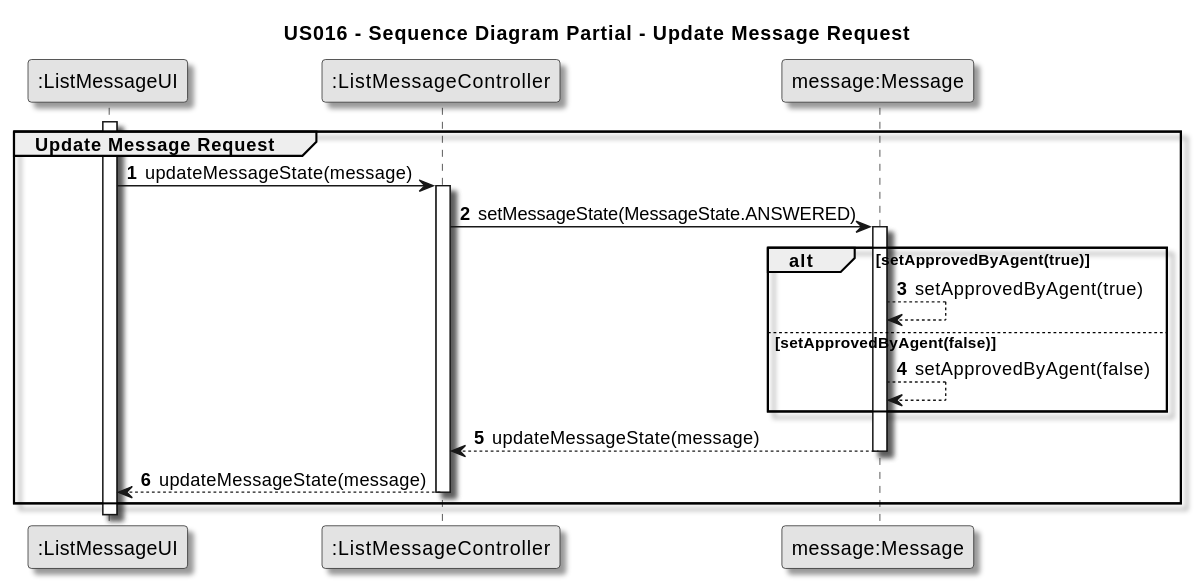
The PlantUML diagram docs/sprintD/US016/03.design/svg/us016-sequence-diagram-partial-Update-Message-Request.svg in PureNimble/ISEP-LAPR2, before a commit. The source it was exported from:
```plantuml
@startuml
title US016 - Sequence Diagram Partial - Update Message Request

skinparam monochrome true
skinparam packageStyle rectangle
skinparam shadowing true

autonumber

participant ":ListMessageUI" as System
participant ":ListMessageController" as Controller
participant "message:Message" as Messages

group Update Message Request

activate System

System -> Controller : updateMessageState(message)
activate Controller

Controller -> Messages : setMessageState(MessageState.ANSWERED)
activate Messages

alt setApprovedByAgent(true)

Messages --> Messages : setApprovedByAgent(true)

else  setApprovedByAgent(false)

Messages --> Messages : setApprovedByAgent(false)

end

Messages --> Controller: updateMessageState(message)
deactivate Messages

Controller --> System : updateMessageState(message)
deactivate Controller

end
@enduml
```
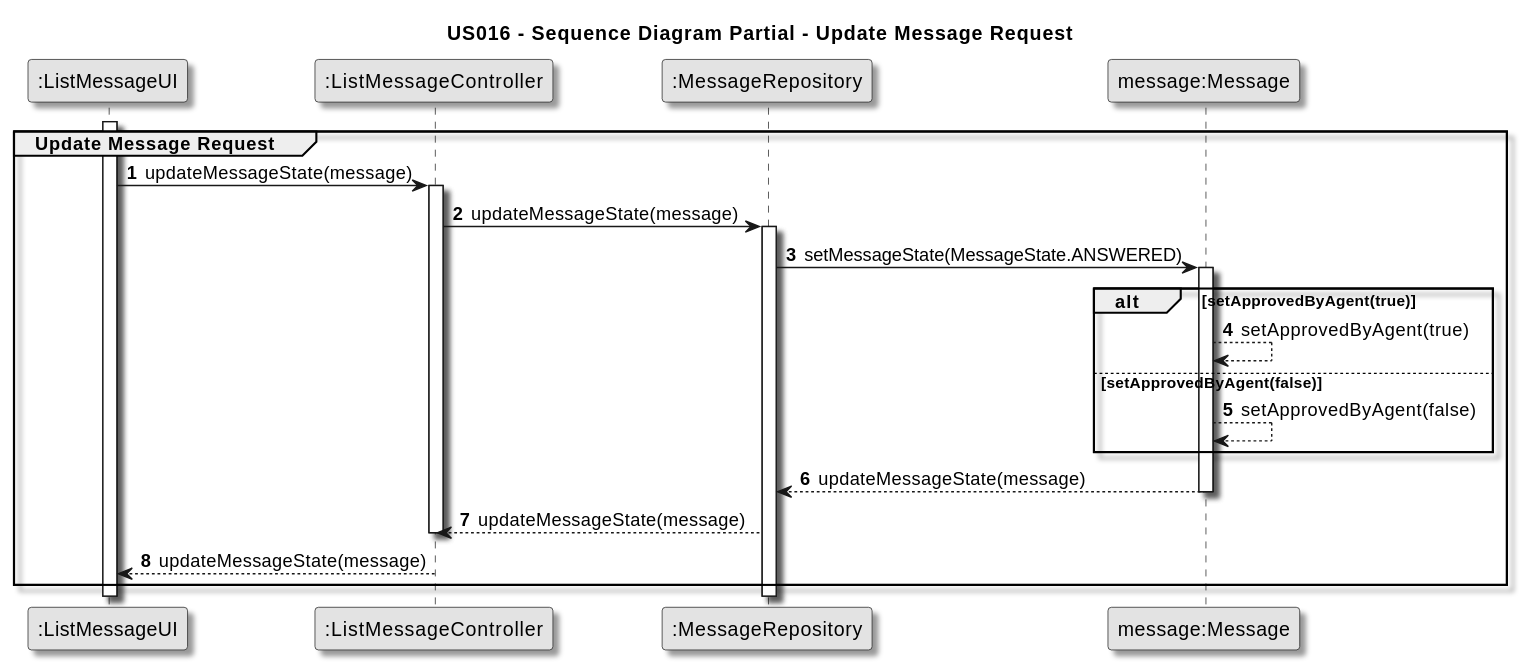
The same diagram one commit later.

Diff of the diagram source:
```diff
@@ -9,6 +9,7 @@
 
 participant ":ListMessageUI" as System
 participant ":ListMessageController" as Controller
+participant ":MessageRepository" as MessageRepository
 participant "message:Message" as Messages
 
 group Update Message Request
@@ -18,7 +19,10 @@
 System -> Controller : updateMessageState(message)
 activate Controller
 
-Controller -> Messages : setMessageState(MessageState.ANSWERED)
+Controller -> MessageRepository : updateMessageState(message)
+activate MessageRepository
+
+MessageRepository -> Messages : setMessageState(MessageState.ANSWERED)
 activate Messages
 
 alt setApprovedByAgent(true)
@@ -31,8 +35,11 @@
 
 end
 
-Messages --> Controller: updateMessageState(message)
+Messages --> MessageRepository: updateMessageState(message)
 deactivate Messages
+
+MessageRepository --> Controller : updateMessageState(message)
+deactivate Controller
 
 Controller --> System : updateMessageState(message)
 deactivate Controller
```
